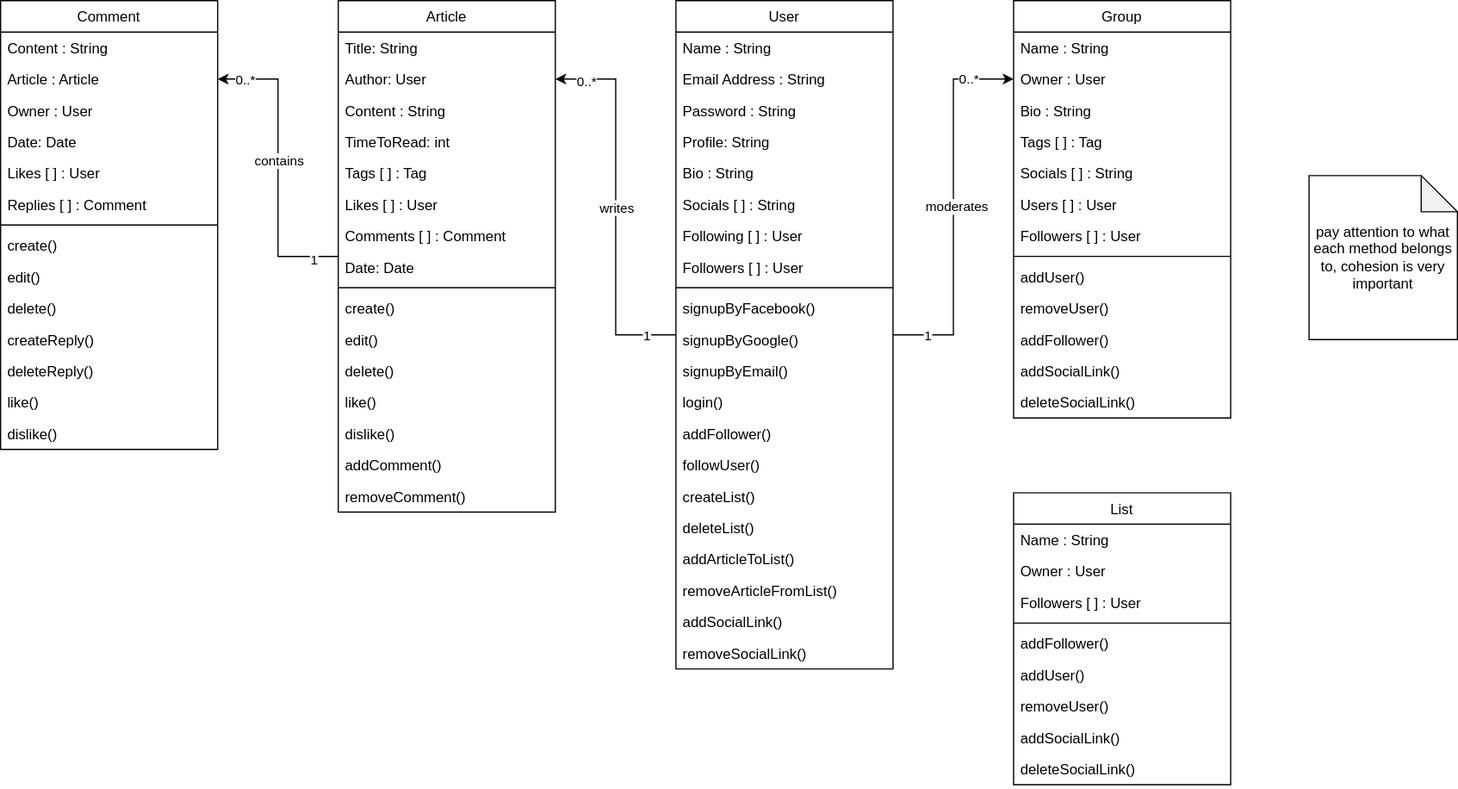
Before: Class Diagram.svg, a diagram exported from draw.io (AhmadTripleA/MediumDotCom-Clone). Source tidied: cells renumbered, new cells last; positions are measured from the earlier drawing's top-left corner, leaving out a move shared by most shapes.
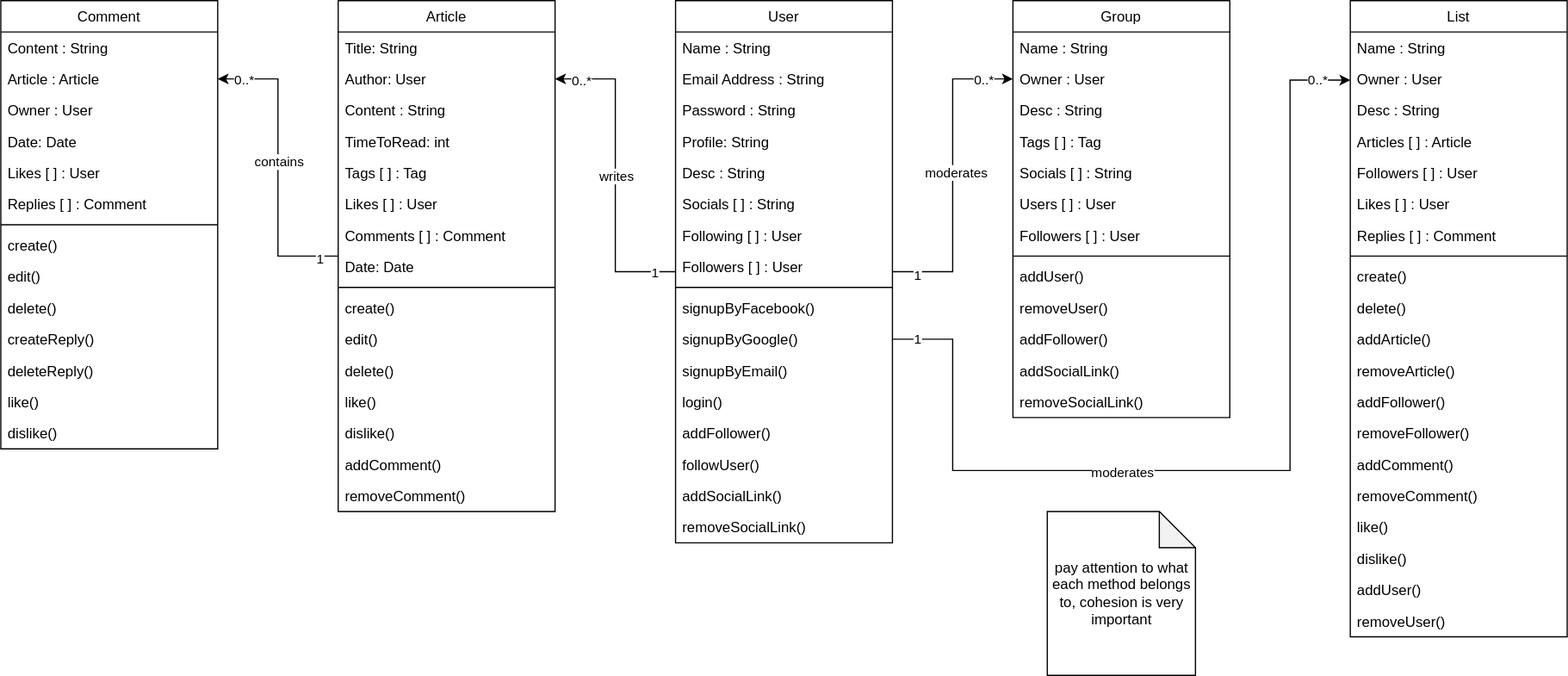
The same file after the commit.

What changed in the source:
```diff
@@ -11,11 +11,13 @@
       </mxGeometry>
     </mxCell>
     <mxCell id="4" value="1" style="edgeLabel;html=1;align=center;verticalAlign=middle;" parent="2" vertex="1">
-      <mxGeometry x="-0.82" relative="1" as="geometry" />
+      <mxGeometry x="-0.82" relative="1" as="geometry">
+        <mxPoint x="-3" y="2" as="offset" />
+      </mxGeometry>
     </mxCell>
     <mxCell id="5" value="0..*" style="edgeLabel;html=1;align=center;verticalAlign=middle;rotation=0;" parent="2" vertex="1">
       <mxGeometry x="0.73" y="1" relative="1" as="geometry">
-        <mxPoint x="4" as="offset" />
+        <mxPoint x="10" y="1" as="offset" />
       </mxGeometry>
     </mxCell>
     <mxCell id="6" style="edgeStyle=orthogonalEdgeStyle;rounded=0;jettySize=auto;html=1;" parent="1" edge="1" source="10" target="52">
@@ -23,7 +25,7 @@
     </mxCell>
     <mxCell id="7" value="1" style="edgeLabel;html=1;align=center;verticalAlign=middle;" parent="6" vertex="1">
       <mxGeometry x="-0.88" relative="1" as="geometry">
-        <mxPoint x="-6" as="offset" />
+        <mxPoint x="-2" as="offset" />
       </mxGeometry>
     </mxCell>
     <mxCell id="8" value="0..*" style="edgeLabel;html=1;align=center;verticalAlign=middle;" parent="6" vertex="1">
@@ -35,7 +37,7 @@
       <mxGeometry relative="1" as="geometry" />
     </mxCell>
     <mxCell id="10" value="User" style="swimlane;fontStyle=0;align=center;verticalAlign=top;horizontal=1;startSize=26;rounded=0;shadow=0;strokeWidth=1;" parent="1" vertex="1">
-      <mxGeometry x="560" width="180" height="554" as="geometry" />
+      <mxGeometry x="560" width="180" height="450" as="geometry" />
     </mxCell>
     <mxCell id="11" value="Name : String" style="text;align=left;verticalAlign=top;spacingLeft=4;spacingRight=4;overflow=hidden;" parent="10" vertex="1">
       <mxGeometry y="26" width="180" height="26" as="geometry" />
@@ -49,7 +51,7 @@
     <mxCell id="14" value="Profile: String" style="text;align=left;verticalAlign=top;spacingLeft=4;spacingRight=4;overflow=hidden;" parent="10" vertex="1">
       <mxGeometry y="104" width="180" height="26" as="geometry" />
     </mxCell>
-    <mxCell id="15" value="Bio : String" style="text;align=left;verticalAlign=top;spacingLeft=4;spacingRight=4;overflow=hidden;rounded=0;shadow=0;html=0;" parent="10" vertex="1">
+    <mxCell id="15" value="Desc : String" style="text;align=left;verticalAlign=top;spacingLeft=4;spacingRight=4;overflow=hidden;rounded=0;shadow=0;html=0;" parent="10" vertex="1">
       <mxGeometry y="130" width="180" height="26" as="geometry" />
     </mxCell>
     <mxCell id="16" value="Socials [ ] : String" style="text;align=left;verticalAlign=top;spacingLeft=4;spacingRight=4;overflow=hidden;rounded=0;shadow=0;html=0;" parent="10" vertex="1">
@@ -82,23 +84,11 @@
     <mxCell id="25" value="followUser()" style="text;align=left;verticalAlign=top;spacingLeft=4;spacingRight=4;overflow=hidden;" parent="10" vertex="1">
       <mxGeometry y="372" width="180" height="26" as="geometry" />
     </mxCell>
-    <mxCell id="26" value="createList()" style="text;align=left;verticalAlign=top;spacingLeft=4;spacingRight=4;overflow=hidden;" parent="10" vertex="1">
-      <mxGeometry y="398" width="180" height="26" as="geometry" />
-    </mxCell>
-    <mxCell id="27" value="deleteList()" style="text;align=left;verticalAlign=top;spacingLeft=4;spacingRight=4;overflow=hidden;" parent="10" vertex="1">
-      <mxGeometry y="424" width="180" height="26" as="geometry" />
-    </mxCell>
-    <mxCell id="28" value="addArticleToList()" style="text;align=left;verticalAlign=top;spacingLeft=4;spacingRight=4;overflow=hidden;" parent="10" vertex="1">
-      <mxGeometry y="450" width="180" height="26" as="geometry" />
-    </mxCell>
-    <mxCell id="29" value="removeArticleFromList()" style="text;align=left;verticalAlign=top;spacingLeft=4;spacingRight=4;overflow=hidden;" parent="10" vertex="1">
-      <mxGeometry y="476" width="180" height="26" as="geometry" />
-    </mxCell>
     <mxCell id="30" value="addSocialLink()" style="text;align=left;verticalAlign=top;spacingLeft=4;spacingRight=4;overflow=hidden;" parent="10" vertex="1">
-      <mxGeometry y="502" width="180" height="26" as="geometry" />
+      <mxGeometry y="398" width="180" height="26" as="geometry" />
     </mxCell>
     <mxCell id="31" value="removeSocialLink()" style="text;align=left;verticalAlign=top;spacingLeft=4;spacingRight=4;overflow=hidden;" parent="10" vertex="1">
-      <mxGeometry y="528" width="180" height="26" as="geometry" />
+      <mxGeometry y="424" width="180" height="26" as="geometry" />
     </mxCell>
     <mxCell id="32" value="Group" style="swimlane;fontStyle=0;align=center;verticalAlign=top;horizontal=1;startSize=26;rounded=0;shadow=0;strokeWidth=1;" parent="1" vertex="1">
       <mxGeometry x="840" width="180" height="346" as="geometry" />
@@ -109,7 +99,7 @@
     <mxCell id="34" value="Owner : User" style="text;align=left;verticalAlign=top;spacingLeft=4;spacingRight=4;overflow=hidden;points=[[0,0.5],[1,0.5]];portConstraint=eastwest;rounded=0;shadow=0;html=0;" parent="32" vertex="1">
       <mxGeometry y="52" width="180" height="26" as="geometry" />
     </mxCell>
-    <mxCell id="35" value="Bio : String" style="text;align=left;verticalAlign=top;spacingLeft=4;spacingRight=4;overflow=hidden;rounded=0;shadow=0;html=0;" parent="32" vertex="1">
+    <mxCell id="35" value="Desc : String" style="text;align=left;verticalAlign=top;spacingLeft=4;spacingRight=4;overflow=hidden;rounded=0;shadow=0;html=0;" parent="32" vertex="1">
       <mxGeometry y="78" width="180" height="26" as="geometry" />
     </mxCell>
     <mxCell id="36" value="Tags [ ] : Tag" style="text;align=left;verticalAlign=top;spacingLeft=4;spacingRight=4;overflow=hidden;rounded=0;shadow=0;html=0;" parent="32" vertex="1">
@@ -139,7 +129,7 @@
     <mxCell id="44" value="addSocialLink()" style="text;align=left;verticalAlign=top;spacingLeft=4;spacingRight=4;overflow=hidden;" parent="32" vertex="1">
       <mxGeometry y="294" width="180" height="26" as="geometry" />
     </mxCell>
-    <mxCell id="45" value="deleteSocialLink()" style="text;align=left;verticalAlign=top;spacingLeft=4;spacingRight=4;overflow=hidden;" parent="32" vertex="1">
+    <mxCell id="45" value="removeSocialLink()" style="text;align=left;verticalAlign=top;spacingLeft=4;spacingRight=4;overflow=hidden;" parent="32" vertex="1">
       <mxGeometry y="320" width="180" height="26" as="geometry" />
     </mxCell>
     <mxCell id="46" style="edgeStyle=orthogonalEdgeStyle;rounded=0;jettySize=auto;html=1;" parent="1" edge="1" source="50" target="69">
@@ -150,7 +140,7 @@
     </mxCell>
     <mxCell id="48" value="1" style="edgeLabel;html=1;align=center;verticalAlign=middle;" parent="46" vertex="1">
       <mxGeometry x="-0.88" y="2" relative="1" as="geometry">
-        <mxPoint x="-5" as="offset" />
+        <mxPoint x="-1" as="offset" />
       </mxGeometry>
     </mxCell>
     <mxCell id="49" value="0..*" style="edgeLabel;html=1;align=center;verticalAlign=middle;" parent="46" vertex="1">
@@ -253,7 +243,7 @@
       <mxGeometry y="346" width="180" height="26" as="geometry" />
     </mxCell>
     <mxCell id="82" value="List" style="swimlane;fontStyle=0;align=center;verticalAlign=top;horizontal=1;startSize=26;rounded=0;shadow=0;strokeWidth=1;" parent="1" vertex="1">
-      <mxGeometry x="840" y="408" width="180" height="242" as="geometry" />
+      <mxGeometry x="1120" width="180" height="528" as="geometry" />
     </mxCell>
     <mxCell id="83" value="Name : String" style="text;align=left;verticalAlign=top;spacingLeft=4;spacingRight=4;overflow=hidden;" parent="82" vertex="1">
       <mxGeometry y="26" width="180" height="26" as="geometry" />
@@ -261,29 +251,87 @@
     <mxCell id="84" value="Owner : User" style="text;align=left;verticalAlign=top;spacingLeft=4;spacingRight=4;overflow=hidden;points=[[0,0.5],[1,0.5]];portConstraint=eastwest;rounded=0;shadow=0;html=0;" parent="82" vertex="1">
       <mxGeometry y="52" width="180" height="26" as="geometry" />
     </mxCell>
+    <mxCell id="93" value="Desc : String" style="text;align=left;verticalAlign=top;spacingLeft=4;spacingRight=4;overflow=hidden;rounded=0;shadow=0;html=0;" parent="82" vertex="1">
+      <mxGeometry y="78" width="180" height="26" as="geometry" />
+    </mxCell>
+    <mxCell id="94" value="Articles [ ] : Article" style="text;align=left;verticalAlign=top;spacingLeft=4;spacingRight=4;overflow=hidden;rounded=0;shadow=0;html=0;" parent="82" vertex="1">
+      <mxGeometry y="104" width="180" height="26" as="geometry" />
+    </mxCell>
     <mxCell id="85" value="Followers [ ] : User" style="text;align=left;verticalAlign=top;spacingLeft=4;spacingRight=4;overflow=hidden;rounded=0;shadow=0;html=0;" parent="82" vertex="1">
-      <mxGeometry y="78" width="180" height="26" as="geometry" />
+      <mxGeometry y="130" width="180" height="26" as="geometry" />
     </mxCell>
+    <mxCell id="95" value="Likes [ ] : User" style="text;align=left;verticalAlign=top;spacingLeft=4;spacingRight=4;overflow=hidden;rounded=0;shadow=0;html=0;" parent="82" vertex="1">
+      <mxGeometry y="156" width="180" height="26" as="geometry" />
+    </mxCell>
+    <mxCell id="96" value="Replies [ ] : Comment" style="text;align=left;verticalAlign=top;spacingLeft=4;spacingRight=4;overflow=hidden;rounded=0;shadow=0;html=0;" parent="82" vertex="1">
+      <mxGeometry y="182" width="180" height="26" as="geometry" />
+    </mxCell>
     <mxCell id="86" style="line;html=1;strokeWidth=1;align=left;verticalAlign=middle;spacingTop=-1;spacingLeft=3;spacingRight=3;labelPosition=right;" parent="82" vertex="1">
-      <mxGeometry y="104" width="180" height="8" as="geometry" />
+      <mxGeometry y="208" width="180" height="8" as="geometry" />
     </mxCell>
+    <mxCell id="26" value="create()" style="text;align=left;verticalAlign=top;spacingLeft=4;spacingRight=4;overflow=hidden;" parent="82" vertex="1">
+      <mxGeometry y="216" width="180" height="26" as="geometry" />
+    </mxCell>
+    <mxCell id="27" value="delete()" style="text;align=left;verticalAlign=top;spacingLeft=4;spacingRight=4;overflow=hidden;" parent="82" vertex="1">
+      <mxGeometry y="242" width="180" height="26" as="geometry" />
+    </mxCell>
+    <mxCell id="28" value="addArticle()" style="text;align=left;verticalAlign=top;spacingLeft=4;spacingRight=4;overflow=hidden;" parent="82" vertex="1">
+      <mxGeometry y="268" width="180" height="26" as="geometry" />
+    </mxCell>
+    <mxCell id="29" value="removeArticle()" style="text;align=left;verticalAlign=top;spacingLeft=4;spacingRight=4;overflow=hidden;" parent="82" vertex="1">
+      <mxGeometry y="294" width="180" height="26" as="geometry" />
+    </mxCell>
     <mxCell id="87" value="addFollower()" style="text;align=left;verticalAlign=top;spacingLeft=4;spacingRight=4;overflow=hidden;" parent="82" vertex="1">
-      <mxGeometry y="112" width="180" height="26" as="geometry" />
+      <mxGeometry y="320" width="180" height="26" as="geometry" />
     </mxCell>
+    <mxCell id="97" value="removeFollower()" style="text;align=left;verticalAlign=top;spacingLeft=4;spacingRight=4;overflow=hidden;" parent="82" vertex="1">
+      <mxGeometry y="346" width="180" height="26" as="geometry" />
+    </mxCell>
+    <mxCell id="98" value="addComment()" style="text;align=left;verticalAlign=top;spacingLeft=4;spacingRight=4;overflow=hidden;" parent="82" vertex="1">
+      <mxGeometry y="372" width="180" height="26" as="geometry" />
+    </mxCell>
+    <mxCell id="99" value="removeComment()" style="text;align=left;verticalAlign=top;spacingLeft=4;spacingRight=4;overflow=hidden;" parent="82" vertex="1">
+      <mxGeometry y="398" width="180" height="26" as="geometry" />
+    </mxCell>
+    <mxCell id="100" value="like()" style="text;align=left;verticalAlign=top;spacingLeft=4;spacingRight=4;overflow=hidden;" parent="82" vertex="1">
+      <mxGeometry y="424" width="180" height="26" as="geometry" />
+    </mxCell>
+    <mxCell id="101" value="dislike()" style="text;align=left;verticalAlign=top;spacingLeft=4;spacingRight=4;overflow=hidden;" parent="82" vertex="1">
+      <mxGeometry y="450" width="180" height="26" as="geometry" />
+    </mxCell>
     <mxCell id="88" value="addUser()" style="text;align=left;verticalAlign=top;spacingLeft=4;spacingRight=4;overflow=hidden;" parent="82" vertex="1">
-      <mxGeometry y="138" width="180" height="26" as="geometry" />
+      <mxGeometry y="476" width="180" height="26" as="geometry" />
     </mxCell>
     <mxCell id="89" value="removeUser()" style="text;align=left;verticalAlign=top;spacingLeft=4;spacingRight=4;overflow=hidden;" parent="82" vertex="1">
-      <mxGeometry y="164" width="180" height="26" as="geometry" />
+      <mxGeometry y="502" width="180" height="26" as="geometry" />
     </mxCell>
-    <mxCell id="90" value="addSocialLink()" style="text;align=left;verticalAlign=top;spacingLeft=4;spacingRight=4;overflow=hidden;" parent="82" vertex="1">
-      <mxGeometry y="190" width="180" height="26" as="geometry" />
-    </mxCell>
-    <mxCell id="91" value="deleteSocialLink()" style="text;align=left;verticalAlign=top;spacingLeft=4;spacingRight=4;overflow=hidden;" parent="82" vertex="1">
-      <mxGeometry y="216" width="180" height="26" as="geometry" />
-    </mxCell>
     <mxCell id="92" value="pay attention to what each method belongs to, cohesion is very important" style="shape=note;whiteSpace=wrap;html=1;backgroundOutline=1;darkOpacity=0.05;" parent="1" vertex="1">
-      <mxGeometry x="1085" y="145" width="123" height="136" as="geometry" />
+      <mxGeometry x="868.5" y="424" width="123" height="136" as="geometry" />
     </mxCell>
+    <mxCell id="102" style="edgeStyle=orthogonalEdgeStyle;rounded=0;jettySize=auto;html=1;" parent="1" edge="1" source="21" target="84">
+      <mxGeometry relative="1" as="geometry">
+        <Array as="points">
+          <mxPoint x="790" y="281" />
+          <mxPoint x="790" y="390" />
+          <mxPoint x="1070" y="390" />
+          <mxPoint x="1070" y="66" />
+        </Array>
+      </mxGeometry>
+    </mxCell>
+    <mxCell id="103" value="1" style="edgeLabel;html=1;align=center;verticalAlign=middle;" parent="102" vertex="1">
+      <mxGeometry x="-0.85" relative="1" as="geometry">
+        <mxPoint x="-30" y="-11" as="offset" />
+      </mxGeometry>
+    </mxCell>
+    <mxCell id="104" value="0..*" style="edgeLabel;html=1;align=center;verticalAlign=middle;" parent="102" vertex="1">
+      <mxGeometry x="0.84" y="1" relative="1" as="geometry">
+        <mxPoint x="23" y="-17" as="offset" />
+      </mxGeometry>
+    </mxCell>
+    <mxCell id="105" value="moderates" style="edgeLabel;html=1;align=center;verticalAlign=middle;" parent="102" vertex="1">
+      <mxGeometry x="-0.03" y="-1" relative="1" as="geometry">
+        <mxPoint x="-96" as="offset" />
+      </mxGeometry>
+    </mxCell>
   </root>
 </mxGraphModel>
```
